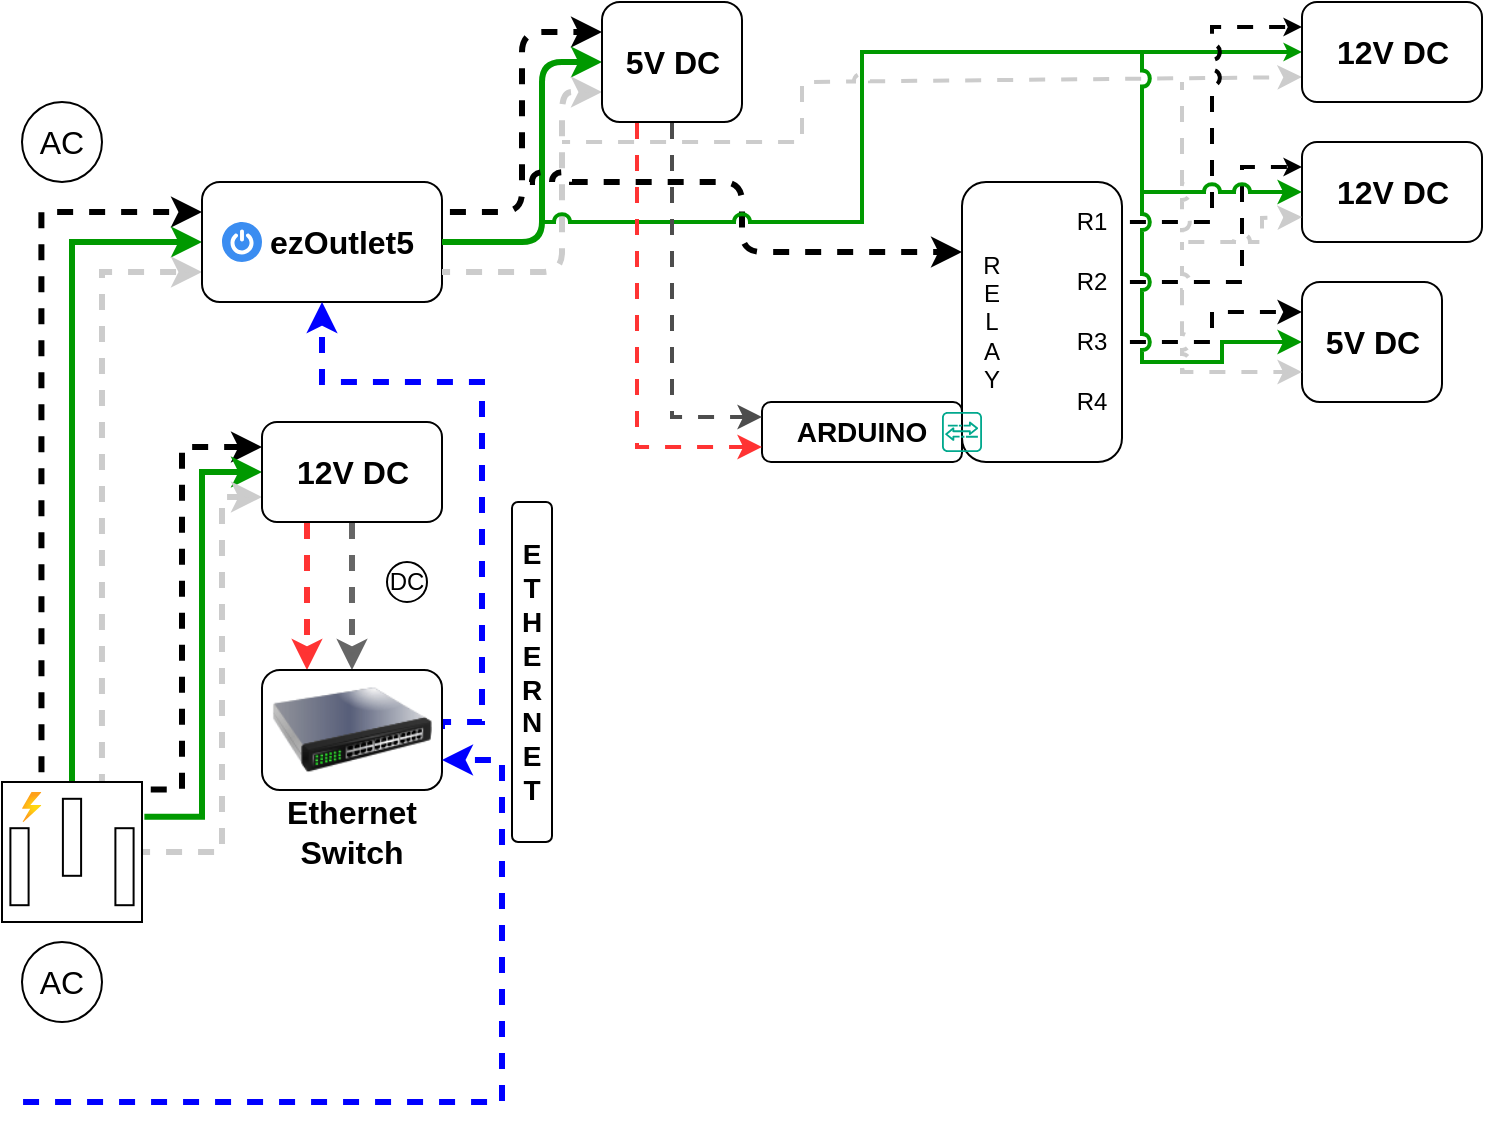
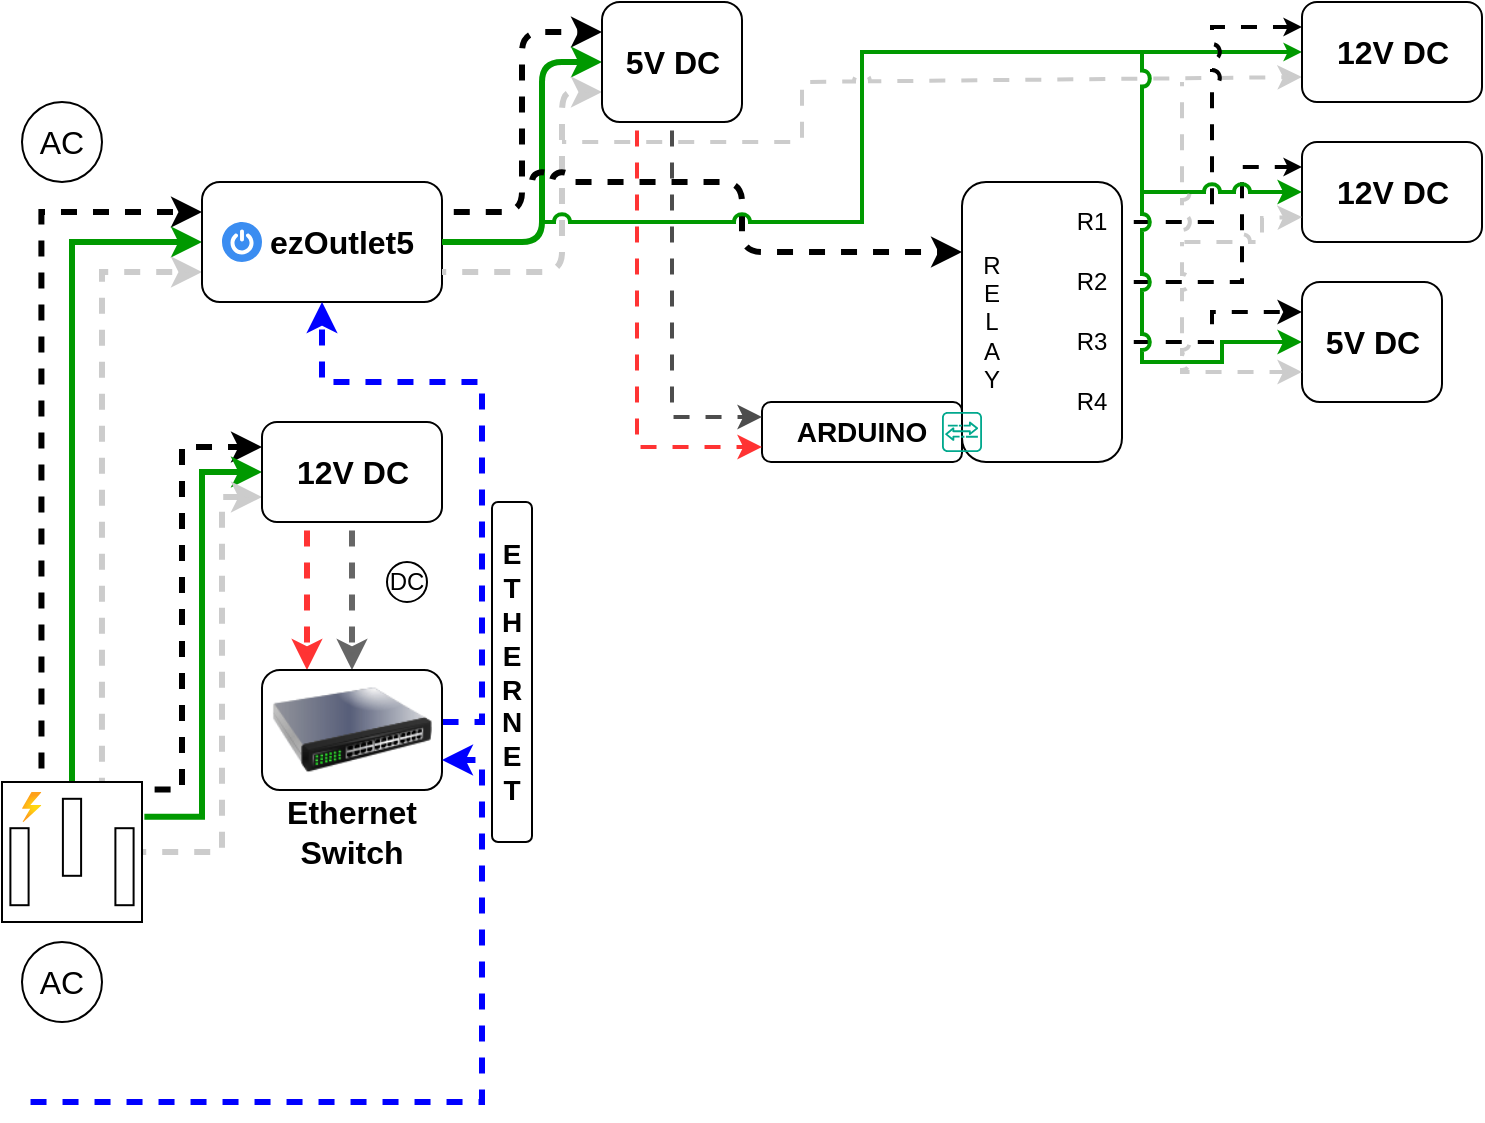
<mxfile host="app.diagrams.net" agent="Mozilla/5.0 (Windows NT 10.0; Win64; x64) AppleWebKit/537.36 (KHTML, like Gecko) Chrome/131.0.0.0 Safari/537.36 Edg/131.0.0.0" version="25.0.3">
  <diagram name="Page-1" id="VlRkN-xOVygPYa-iD9Ir">
    <mxGraphModel dx="420" dy="263" grid="1" gridSize="10" guides="1" tooltips="1" connect="1" arrows="1" fold="1" page="1" pageScale="1" pageWidth="1600" pageHeight="900" background="none" math="0" shadow="0">
      <root>
        <mxCell id="0" />
        <mxCell id="1" parent="0" />
        <mxCell id="JVLtuT8sySUBbFbLTn6r-3" style="edgeStyle=orthogonalEdgeStyle;rounded=0;orthogonalLoop=1;jettySize=auto;html=1;entryX=0;entryY=0.25;entryDx=0;entryDy=0;exitX=0.282;exitY=-0.013;exitDx=0;exitDy=0;exitPerimeter=0;strokeWidth=3;flowAnimation=1;flowAnimationDirection=alternate;flowAnimationTimingFunction=ease-in-out;flowAnimationDuration=1500;" parent="1" source="pD8juBFKP1GN8B8eYQTb-1" target="pD8juBFKP1GN8B8eYQTb-3" edge="1">
          <mxGeometry relative="1" as="geometry" />
        </mxCell>
        <mxCell id="JVLtuT8sySUBbFbLTn6r-4" style="edgeStyle=orthogonalEdgeStyle;rounded=0;orthogonalLoop=1;jettySize=auto;html=1;exitX=0.5;exitY=0;exitDx=0;exitDy=0;exitPerimeter=0;entryX=0;entryY=0.5;entryDx=0;entryDy=0;strokeColor=#009900;strokeWidth=3;" parent="1" source="pD8juBFKP1GN8B8eYQTb-1" target="pD8juBFKP1GN8B8eYQTb-3" edge="1">
          <mxGeometry relative="1" as="geometry" />
        </mxCell>
        <mxCell id="JVLtuT8sySUBbFbLTn6r-5" style="edgeStyle=orthogonalEdgeStyle;rounded=0;orthogonalLoop=1;jettySize=auto;html=1;entryX=0;entryY=0.75;entryDx=0;entryDy=0;exitX=0.714;exitY=0;exitDx=0;exitDy=0;exitPerimeter=0;strokeWidth=3;strokeColor=#CCCCCC;flowAnimation=1;flowAnimationDirection=alternate-reverse;flowAnimationTimingFunction=ease-in-out;flowAnimationDuration=1500;" parent="1" source="pD8juBFKP1GN8B8eYQTb-1" target="pD8juBFKP1GN8B8eYQTb-3" edge="1">
          <mxGeometry relative="1" as="geometry">
            <mxPoint x="120" y="320" as="targetPoint" />
          </mxGeometry>
        </mxCell>
        <mxCell id="JVLtuT8sySUBbFbLTn6r-6" style="edgeStyle=orthogonalEdgeStyle;rounded=0;orthogonalLoop=1;jettySize=auto;html=1;entryX=0;entryY=0.25;entryDx=0;entryDy=0;exitX=1.006;exitY=0.054;exitDx=0;exitDy=0;exitPerimeter=0;strokeWidth=3;flowAnimation=1;flowAnimationDirection=alternate;flowAnimationTimingFunction=ease-in-out;flowAnimationDuration=1500;" parent="1" source="pD8juBFKP1GN8B8eYQTb-1" target="pD8juBFKP1GN8B8eYQTb-24" edge="1">
          <mxGeometry relative="1" as="geometry">
            <Array as="points">
              <mxPoint x="120" y="404" />
              <mxPoint x="120" y="233" />
            </Array>
          </mxGeometry>
        </mxCell>
        <mxCell id="JVLtuT8sySUBbFbLTn6r-7" style="edgeStyle=orthogonalEdgeStyle;rounded=0;orthogonalLoop=1;jettySize=auto;html=1;entryX=0;entryY=0.5;entryDx=0;entryDy=0;exitX=1.017;exitY=0.249;exitDx=0;exitDy=0;exitPerimeter=0;strokeWidth=3;strokeColor=#009900;" parent="1" source="pD8juBFKP1GN8B8eYQTb-1" target="pD8juBFKP1GN8B8eYQTb-24" edge="1">
          <mxGeometry relative="1" as="geometry" />
        </mxCell>
        <mxCell id="JVLtuT8sySUBbFbLTn6r-8" style="edgeStyle=orthogonalEdgeStyle;rounded=0;orthogonalLoop=1;jettySize=auto;html=1;entryX=0;entryY=0.75;entryDx=0;entryDy=0;strokeColor=#CCCCCC;strokeWidth=3;flowAnimation=1;flowAnimationDirection=alternate-reverse;flowAnimationTimingFunction=ease-in-out;flowAnimationDuration=1500;" parent="1" source="pD8juBFKP1GN8B8eYQTb-1" target="pD8juBFKP1GN8B8eYQTb-24" edge="1">
          <mxGeometry relative="1" as="geometry">
            <Array as="points">
              <mxPoint x="140" y="435" />
              <mxPoint x="140" y="258" />
            </Array>
          </mxGeometry>
        </mxCell>
        <mxCell id="JVLtuT8sySUBbFbLTn6r-1" value="" style="group" parent="1" vertex="1" connectable="0">
          <mxGeometry x="30" y="480" width="60" height="40" as="geometry" />
        </mxCell>
        <mxCell id="pD8juBFKP1GN8B8eYQTb-22" value="AC" style="text;html=1;align=center;verticalAlign=middle;whiteSpace=wrap;rounded=0;fontSize=16;" parent="JVLtuT8sySUBbFbLTn6r-1" vertex="1">
          <mxGeometry y="5" width="60" height="30" as="geometry" />
        </mxCell>
        <mxCell id="pD8juBFKP1GN8B8eYQTb-23" value="" style="ellipse;whiteSpace=wrap;html=1;fillColor=none;" parent="JVLtuT8sySUBbFbLTn6r-1" vertex="1">
          <mxGeometry x="10" width="40" height="40" as="geometry" />
        </mxCell>
        <mxCell id="JVLtuT8sySUBbFbLTn6r-2" value="" style="group" parent="1" vertex="1" connectable="0">
          <mxGeometry x="30" y="60" width="60" height="40" as="geometry" />
        </mxCell>
        <mxCell id="pD8juBFKP1GN8B8eYQTb-9" value="" style="ellipse;whiteSpace=wrap;html=1;fillColor=none;" parent="JVLtuT8sySUBbFbLTn6r-2" vertex="1">
          <mxGeometry x="10" width="40" height="40" as="geometry" />
        </mxCell>
        <mxCell id="pD8juBFKP1GN8B8eYQTb-11" value="AC" style="text;html=1;align=center;verticalAlign=middle;whiteSpace=wrap;rounded=0;fontSize=16;" parent="JVLtuT8sySUBbFbLTn6r-2" vertex="1">
          <mxGeometry y="5" width="60" height="30" as="geometry" />
        </mxCell>
        <mxCell id="JVLtuT8sySUBbFbLTn6r-9" value="" style="group" parent="1" vertex="1" connectable="0">
          <mxGeometry x="130" y="100" width="120" height="60" as="geometry" />
        </mxCell>
        <mxCell id="JVLtuT8sySUBbFbLTn6r-16" value="" style="group" parent="JVLtuT8sySUBbFbLTn6r-9" vertex="1" connectable="0">
          <mxGeometry width="120" height="60" as="geometry" />
        </mxCell>
        <mxCell id="pD8juBFKP1GN8B8eYQTb-3" value="" style="rounded=1;whiteSpace=wrap;html=1;" parent="JVLtuT8sySUBbFbLTn6r-16" vertex="1">
          <mxGeometry width="120" height="60" as="geometry" />
        </mxCell>
        <mxCell id="JVLtuT8sySUBbFbLTn6r-13" value="" style="sketch=0;html=1;aspect=fixed;strokeColor=none;shadow=0;fillColor=#3B8DF1;verticalAlign=top;labelPosition=center;verticalLabelPosition=bottom;shape=mxgraph.gcp2.a7_power" parent="JVLtuT8sySUBbFbLTn6r-16" vertex="1">
          <mxGeometry x="10" y="20" width="20" height="20" as="geometry" />
        </mxCell>
        <mxCell id="pD8juBFKP1GN8B8eYQTb-15" value="&lt;b&gt;ezOutlet5&lt;/b&gt;" style="text;html=1;align=center;verticalAlign=middle;whiteSpace=wrap;rounded=0;fontSize=16;" parent="JVLtuT8sySUBbFbLTn6r-16" vertex="1">
          <mxGeometry x="40" y="10" width="60" height="40" as="geometry" />
        </mxCell>
        <mxCell id="JVLtuT8sySUBbFbLTn6r-11" value="" style="group" parent="1" vertex="1" connectable="0">
          <mxGeometry x="160" y="220" width="90" height="50" as="geometry" />
        </mxCell>
        <mxCell id="JVLtuT8sySUBbFbLTn6r-72" value="" style="group" parent="JVLtuT8sySUBbFbLTn6r-11" vertex="1" connectable="0">
          <mxGeometry width="90" height="50" as="geometry" />
        </mxCell>
        <mxCell id="pD8juBFKP1GN8B8eYQTb-24" value="" style="rounded=1;whiteSpace=wrap;html=1;" parent="JVLtuT8sySUBbFbLTn6r-72" vertex="1">
          <mxGeometry width="90" height="50" as="geometry" />
        </mxCell>
        <mxCell id="JVLtuT8sySUBbFbLTn6r-10" value="&lt;font style=&quot;font-size: 16px;&quot;&gt;&lt;b&gt;12V DC&lt;/b&gt;&lt;/font&gt;" style="text;html=1;align=center;verticalAlign=middle;whiteSpace=wrap;rounded=0;" parent="JVLtuT8sySUBbFbLTn6r-72" vertex="1">
          <mxGeometry x="15.75" y="10" width="58.5" height="30" as="geometry" />
        </mxCell>
        <mxCell id="JVLtuT8sySUBbFbLTn6r-18" value="" style="group" parent="1" vertex="1" connectable="0">
          <mxGeometry x="30" y="400" width="70" height="70" as="geometry" />
        </mxCell>
        <mxCell id="pD8juBFKP1GN8B8eYQTb-1" value="" style="pointerEvents=1;verticalLabelPosition=bottom;shadow=0;dashed=0;align=center;html=1;verticalAlign=top;shape=mxgraph.electrical.miscellaneous.ac_out" parent="JVLtuT8sySUBbFbLTn6r-18" vertex="1">
          <mxGeometry width="70" height="70" as="geometry" />
        </mxCell>
        <mxCell id="JVLtuT8sySUBbFbLTn6r-12" value="" style="image;aspect=fixed;html=1;points=[];align=center;fontSize=12;image=img/lib/azure2/general/Power.svg;" parent="JVLtuT8sySUBbFbLTn6r-18" vertex="1">
          <mxGeometry x="10" y="5" width="9.72" height="15" as="geometry" />
        </mxCell>
        <mxCell id="JVLtuT8sySUBbFbLTn6r-23" style="edgeStyle=orthogonalEdgeStyle;rounded=0;orthogonalLoop=1;jettySize=auto;html=1;entryX=0.25;entryY=0;entryDx=0;entryDy=0;exitX=0.25;exitY=1;exitDx=0;exitDy=0;strokeColor=#FF3333;strokeWidth=3;flowAnimation=1;" parent="1" source="pD8juBFKP1GN8B8eYQTb-24" target="JVLtuT8sySUBbFbLTn6r-19" edge="1">
          <mxGeometry relative="1" as="geometry" />
        </mxCell>
        <mxCell id="JVLtuT8sySUBbFbLTn6r-28" value="" style="group" parent="1" vertex="1" connectable="0">
          <mxGeometry x="220" y="290" width="25" height="20" as="geometry" />
        </mxCell>
        <mxCell id="JVLtuT8sySUBbFbLTn6r-26" value="" style="ellipse;whiteSpace=wrap;html=1;aspect=fixed;" parent="JVLtuT8sySUBbFbLTn6r-28" vertex="1">
          <mxGeometry x="2.5" width="20" height="20" as="geometry" />
        </mxCell>
        <mxCell id="JVLtuT8sySUBbFbLTn6r-27" value="&lt;font&gt;DC&lt;/font&gt;" style="text;html=1;align=center;verticalAlign=middle;whiteSpace=wrap;rounded=0;" parent="JVLtuT8sySUBbFbLTn6r-28" vertex="1">
          <mxGeometry y="2.5" width="25" height="15" as="geometry" />
        </mxCell>
        <mxCell id="JVLtuT8sySUBbFbLTn6r-29" style="edgeStyle=orthogonalEdgeStyle;rounded=0;orthogonalLoop=1;jettySize=auto;html=1;exitX=0.5;exitY=1;exitDx=0;exitDy=0;entryX=0.5;entryY=0;entryDx=0;entryDy=0;strokeWidth=3;flowAnimation=1;strokeColor=#666666;" parent="1" source="pD8juBFKP1GN8B8eYQTb-24" target="JVLtuT8sySUBbFbLTn6r-19" edge="1">
          <mxGeometry relative="1" as="geometry" />
        </mxCell>
        <mxCell id="JVLtuT8sySUBbFbLTn6r-30" style="edgeStyle=orthogonalEdgeStyle;rounded=0;orthogonalLoop=1;jettySize=auto;html=1;exitX=1;exitY=0.5;exitDx=0;exitDy=0;entryX=0.5;entryY=1;entryDx=0;entryDy=0;strokeColor=#0000FF;strokeWidth=3;flowAnimation=1;" parent="1" source="JVLtuT8sySUBbFbLTn6r-19" target="pD8juBFKP1GN8B8eYQTb-3" edge="1">
          <mxGeometry relative="1" as="geometry">
            <Array as="points">
              <mxPoint x="270" y="370" />
              <mxPoint x="270" y="200" />
              <mxPoint x="190" y="200" />
            </Array>
          </mxGeometry>
        </mxCell>
        <mxCell id="JVLtuT8sySUBbFbLTn6r-33" value="" style="rounded=1;whiteSpace=wrap;html=1;" parent="1" vertex="1">
          <mxGeometry x="510" y="100" width="80" height="140" as="geometry" />
        </mxCell>
        <mxCell id="JVLtuT8sySUBbFbLTn6r-35" style="edgeStyle=orthogonalEdgeStyle;rounded=1;orthogonalLoop=1;jettySize=auto;html=1;exitX=1;exitY=0.25;exitDx=0;exitDy=0;entryX=0;entryY=0.25;entryDx=0;entryDy=0;curved=0;strokeWidth=3;flowAnimation=1;flowAnimationDirection=alternate;flowAnimationTimingFunction=ease-in-out;flowAnimationDuration=1500;" parent="1" source="pD8juBFKP1GN8B8eYQTb-3" target="JVLtuT8sySUBbFbLTn6r-34" edge="1">
          <mxGeometry relative="1" as="geometry" />
        </mxCell>
        <mxCell id="JVLtuT8sySUBbFbLTn6r-36" style="edgeStyle=orthogonalEdgeStyle;rounded=1;orthogonalLoop=1;jettySize=auto;html=1;exitX=1;exitY=0.5;exitDx=0;exitDy=0;entryX=0;entryY=0.5;entryDx=0;entryDy=0;curved=0;strokeWidth=3;strokeColor=#009900;" parent="1" source="pD8juBFKP1GN8B8eYQTb-3" target="JVLtuT8sySUBbFbLTn6r-34" edge="1">
          <mxGeometry relative="1" as="geometry">
            <Array as="points">
              <mxPoint x="300" y="130" />
              <mxPoint x="300" y="40" />
            </Array>
          </mxGeometry>
        </mxCell>
        <mxCell id="JVLtuT8sySUBbFbLTn6r-37" style="edgeStyle=orthogonalEdgeStyle;rounded=1;orthogonalLoop=1;jettySize=auto;html=1;exitX=1;exitY=0.75;exitDx=0;exitDy=0;entryX=0;entryY=0.75;entryDx=0;entryDy=0;curved=0;strokeColor=#CCCCCC;strokeWidth=3;flowAnimation=1;flowAnimationDirection=alternate-reverse;flowAnimationTimingFunction=ease-in-out;flowAnimationDuration=1500;" parent="1" source="pD8juBFKP1GN8B8eYQTb-3" target="JVLtuT8sySUBbFbLTn6r-34" edge="1">
          <mxGeometry relative="1" as="geometry">
            <Array as="points">
              <mxPoint x="310" y="145" />
              <mxPoint x="310" y="55" />
            </Array>
          </mxGeometry>
        </mxCell>
        <mxCell id="JVLtuT8sySUBbFbLTn6r-40" value="" style="endArrow=classic;html=1;rounded=1;curved=0;entryX=0;entryY=0.25;entryDx=0;entryDy=0;jumpStyle=arc;strokeWidth=3;flowAnimation=1;flowAnimationDirection=alternate;flowAnimationTimingFunction=ease-in-out;flowAnimationDuration=1500;" parent="1" target="JVLtuT8sySUBbFbLTn6r-33" edge="1">
          <mxGeometry width="50" height="50" relative="1" as="geometry">
            <mxPoint x="290" y="100" as="sourcePoint" />
            <mxPoint x="410" y="170" as="targetPoint" />
            <Array as="points">
              <mxPoint x="400" y="100" />
              <mxPoint x="400" y="135" />
            </Array>
          </mxGeometry>
        </mxCell>
        <mxCell id="JVLtuT8sySUBbFbLTn6r-51" value="" style="group" parent="1" vertex="1" connectable="0">
          <mxGeometry x="160" y="344" width="90" height="96" as="geometry" />
        </mxCell>
        <mxCell id="JVLtuT8sySUBbFbLTn6r-21" value="" style="group" parent="JVLtuT8sySUBbFbLTn6r-51" vertex="1" connectable="0">
          <mxGeometry width="90" height="70" as="geometry" />
        </mxCell>
        <mxCell id="JVLtuT8sySUBbFbLTn6r-50" value="" style="group" parent="JVLtuT8sySUBbFbLTn6r-21" vertex="1" connectable="0">
          <mxGeometry width="90" height="70" as="geometry" />
        </mxCell>
        <mxCell id="JVLtuT8sySUBbFbLTn6r-19" value="" style="rounded=1;whiteSpace=wrap;html=1;" parent="JVLtuT8sySUBbFbLTn6r-50" vertex="1">
          <mxGeometry width="90" height="60" as="geometry" />
        </mxCell>
        <mxCell id="JVLtuT8sySUBbFbLTn6r-49" value="" style="image;html=1;image=img/lib/clip_art/networking/Switch_128x128.png" parent="JVLtuT8sySUBbFbLTn6r-50" vertex="1">
          <mxGeometry x="5" y="-10" width="80" height="80" as="geometry" />
        </mxCell>
        <mxCell id="JVLtuT8sySUBbFbLTn6r-20" value="&lt;b&gt;&lt;font style=&quot;font-size: 16px;&quot;&gt;Ethernet&lt;/font&gt;&lt;/b&gt;&lt;div&gt;&lt;b&gt;&lt;font style=&quot;font-size: 16px;&quot;&gt;Switch&lt;/font&gt;&lt;/b&gt;&lt;/div&gt;" style="text;html=1;align=center;verticalAlign=middle;whiteSpace=wrap;rounded=0;" parent="JVLtuT8sySUBbFbLTn6r-51" vertex="1">
          <mxGeometry x="15" y="66" width="60" height="30" as="geometry" />
        </mxCell>
        <mxCell id="JVLtuT8sySUBbFbLTn6r-53" value="" style="group" parent="1" vertex="1" connectable="0">
          <mxGeometry x="330" y="10" width="70" height="60" as="geometry" />
        </mxCell>
        <mxCell id="JVLtuT8sySUBbFbLTn6r-71" value="" style="group" parent="JVLtuT8sySUBbFbLTn6r-53" vertex="1" connectable="0">
          <mxGeometry width="70" height="60" as="geometry" />
        </mxCell>
        <mxCell id="JVLtuT8sySUBbFbLTn6r-34" value="" style="rounded=1;whiteSpace=wrap;html=1;" parent="JVLtuT8sySUBbFbLTn6r-71" vertex="1">
          <mxGeometry width="70" height="60" as="geometry" />
        </mxCell>
        <mxCell id="JVLtuT8sySUBbFbLTn6r-52" value="&lt;font style=&quot;font-size: 16px;&quot;&gt;&lt;b&gt;5&lt;/b&gt;&lt;/font&gt;&lt;b style=&quot;font-size: 16px; background-color: initial;&quot;&gt;V DC&lt;/b&gt;" style="text;html=1;align=center;verticalAlign=middle;whiteSpace=wrap;rounded=0;" parent="JVLtuT8sySUBbFbLTn6r-71" vertex="1">
          <mxGeometry x="5.75" y="15" width="58.5" height="30" as="geometry" />
        </mxCell>
        <mxCell id="JVLtuT8sySUBbFbLTn6r-54" value="" style="endArrow=classic;html=1;rounded=0;entryX=0;entryY=0.5;entryDx=0;entryDy=0;jumpStyle=arc;strokeColor=#009900;strokeWidth=2;endSize=3;" parent="1" target="JVLtuT8sySUBbFbLTn6r-74" edge="1">
          <mxGeometry width="50" height="50" relative="1" as="geometry">
            <mxPoint x="300" y="120" as="sourcePoint" />
            <mxPoint x="350" y="80" as="targetPoint" />
            <Array as="points">
              <mxPoint x="460" y="120" />
              <mxPoint x="460" y="35" />
            </Array>
          </mxGeometry>
        </mxCell>
        <mxCell id="JVLtuT8sySUBbFbLTn6r-55" value="" style="endArrow=classic;html=1;rounded=0;entryX=0;entryY=0.75;entryDx=0;entryDy=0;strokeColor=#CCCCCC;strokeWidth=2;jumpStyle=arc;flowAnimation=1;flowAnimationDirection=alternate-reverse;flowAnimationTimingFunction=ease-in-out;flowAnimationDuration=1500;" parent="1" target="JVLtuT8sySUBbFbLTn6r-74" edge="1">
          <mxGeometry width="50" height="50" relative="1" as="geometry">
            <mxPoint x="310" y="80" as="sourcePoint" />
            <mxPoint x="350" y="140" as="targetPoint" />
            <Array as="points">
              <mxPoint x="430" y="80" />
              <mxPoint x="430" y="50" />
              <mxPoint x="520" y="50" />
            </Array>
          </mxGeometry>
        </mxCell>
        <mxCell id="JVLtuT8sySUBbFbLTn6r-56" value="R&lt;div&gt;E&lt;/div&gt;&lt;div&gt;L&lt;/div&gt;&lt;div&gt;A&lt;/div&gt;&lt;div&gt;Y&lt;/div&gt;" style="text;html=1;align=center;verticalAlign=middle;whiteSpace=wrap;rounded=0;" parent="1" vertex="1">
          <mxGeometry x="510" y="135" width="30" height="70" as="geometry" />
        </mxCell>
        <mxCell id="JVLtuT8sySUBbFbLTn6r-79" style="edgeStyle=orthogonalEdgeStyle;rounded=0;orthogonalLoop=1;jettySize=auto;html=1;exitX=1;exitY=0.5;exitDx=0;exitDy=0;entryX=0;entryY=0.25;entryDx=0;entryDy=0;strokeWidth=2;flowAnimation=1;flowAnimationDirection=alternate;flowAnimationTimingFunction=ease-in-out;flowAnimationDuration=1500;jumpStyle=arc;endSize=3;" parent="1" source="JVLtuT8sySUBbFbLTn6r-57" target="JVLtuT8sySUBbFbLTn6r-74" edge="1">
          <mxGeometry relative="1" as="geometry" />
        </mxCell>
        <mxCell id="JVLtuT8sySUBbFbLTn6r-57" value="R1" style="text;html=1;align=center;verticalAlign=middle;whiteSpace=wrap;rounded=0;" parent="1" vertex="1">
          <mxGeometry x="560" y="105" width="30" height="30" as="geometry" />
        </mxCell>
        <mxCell id="JVLtuT8sySUBbFbLTn6r-80" style="edgeStyle=orthogonalEdgeStyle;rounded=0;orthogonalLoop=1;jettySize=auto;html=1;exitX=1;exitY=0.5;exitDx=0;exitDy=0;entryX=0;entryY=0.25;entryDx=0;entryDy=0;strokeWidth=2;flowAnimation=1;flowAnimationDirection=alternate;flowAnimationTimingFunction=ease-in-out;flowAnimationDuration=1500;endSize=3;jumpStyle=arc;" parent="1" source="JVLtuT8sySUBbFbLTn6r-58" target="JVLtuT8sySUBbFbLTn6r-77" edge="1">
          <mxGeometry relative="1" as="geometry">
            <Array as="points">
              <mxPoint x="650" y="150" />
              <mxPoint x="650" y="93" />
            </Array>
          </mxGeometry>
        </mxCell>
        <mxCell id="JVLtuT8sySUBbFbLTn6r-58" value="R2" style="text;html=1;align=center;verticalAlign=middle;whiteSpace=wrap;rounded=0;" parent="1" vertex="1">
          <mxGeometry x="560" y="135" width="30" height="30" as="geometry" />
        </mxCell>
        <mxCell id="JVLtuT8sySUBbFbLTn6r-81" style="edgeStyle=orthogonalEdgeStyle;rounded=0;orthogonalLoop=1;jettySize=auto;html=1;exitX=1;exitY=0.5;exitDx=0;exitDy=0;entryX=0;entryY=0.25;entryDx=0;entryDy=0;strokeWidth=2;flowAnimation=1;flowAnimationDirection=alternate;flowAnimationTimingFunction=ease-in-out;flowAnimationDuration=1500;jumpStyle=arc;" parent="1" source="JVLtuT8sySUBbFbLTn6r-59" target="JVLtuT8sySUBbFbLTn6r-63" edge="1">
          <mxGeometry relative="1" as="geometry" />
        </mxCell>
        <mxCell id="JVLtuT8sySUBbFbLTn6r-59" value="R3" style="text;html=1;align=center;verticalAlign=middle;whiteSpace=wrap;rounded=0;" parent="1" vertex="1">
          <mxGeometry x="560" y="165" width="30" height="30" as="geometry" />
        </mxCell>
        <mxCell id="JVLtuT8sySUBbFbLTn6r-60" value="R4" style="text;html=1;align=center;verticalAlign=middle;whiteSpace=wrap;rounded=0;" parent="1" vertex="1">
          <mxGeometry x="560" y="195" width="30" height="30" as="geometry" />
        </mxCell>
        <mxCell id="JVLtuT8sySUBbFbLTn6r-67" value="" style="group" parent="1" vertex="1" connectable="0">
          <mxGeometry x="680" y="150" width="70" height="60" as="geometry" />
        </mxCell>
        <mxCell id="JVLtuT8sySUBbFbLTn6r-63" value="" style="rounded=1;whiteSpace=wrap;html=1;" parent="JVLtuT8sySUBbFbLTn6r-67" vertex="1">
          <mxGeometry width="70" height="60" as="geometry" />
        </mxCell>
        <mxCell id="JVLtuT8sySUBbFbLTn6r-62" value="" style="group" parent="JVLtuT8sySUBbFbLTn6r-67" vertex="1" connectable="0">
          <mxGeometry width="70" height="60" as="geometry" />
        </mxCell>
        <mxCell id="JVLtuT8sySUBbFbLTn6r-64" value="&lt;font style=&quot;font-size: 16px;&quot;&gt;&lt;b&gt;5&lt;/b&gt;&lt;/font&gt;&lt;b style=&quot;font-size: 16px; background-color: initial;&quot;&gt;V DC&lt;/b&gt;" style="text;html=1;align=center;verticalAlign=middle;whiteSpace=wrap;rounded=0;" parent="JVLtuT8sySUBbFbLTn6r-62" vertex="1">
          <mxGeometry x="5.75" y="15" width="58.5" height="30" as="geometry" />
        </mxCell>
        <mxCell id="JVLtuT8sySUBbFbLTn6r-73" value="" style="group" parent="1" vertex="1" connectable="0">
          <mxGeometry x="680" y="10" width="90" height="50" as="geometry" />
        </mxCell>
        <mxCell id="JVLtuT8sySUBbFbLTn6r-74" value="" style="rounded=1;whiteSpace=wrap;html=1;" parent="JVLtuT8sySUBbFbLTn6r-73" vertex="1">
          <mxGeometry width="90" height="50" as="geometry" />
        </mxCell>
        <mxCell id="JVLtuT8sySUBbFbLTn6r-75" value="&lt;font style=&quot;font-size: 16px;&quot;&gt;&lt;b&gt;12V DC&lt;/b&gt;&lt;/font&gt;" style="text;html=1;align=center;verticalAlign=middle;whiteSpace=wrap;rounded=0;" parent="JVLtuT8sySUBbFbLTn6r-73" vertex="1">
          <mxGeometry x="15.75" y="10" width="58.5" height="30" as="geometry" />
        </mxCell>
        <mxCell id="JVLtuT8sySUBbFbLTn6r-76" value="" style="group" parent="1" vertex="1" connectable="0">
          <mxGeometry x="680" y="80" width="90" height="50" as="geometry" />
        </mxCell>
        <mxCell id="JVLtuT8sySUBbFbLTn6r-77" value="" style="rounded=1;whiteSpace=wrap;html=1;" parent="JVLtuT8sySUBbFbLTn6r-76" vertex="1">
          <mxGeometry width="90" height="50" as="geometry" />
        </mxCell>
        <mxCell id="JVLtuT8sySUBbFbLTn6r-78" value="&lt;font style=&quot;font-size: 16px;&quot;&gt;&lt;b&gt;12V DC&lt;/b&gt;&lt;/font&gt;" style="text;html=1;align=center;verticalAlign=middle;whiteSpace=wrap;rounded=0;" parent="JVLtuT8sySUBbFbLTn6r-76" vertex="1">
          <mxGeometry x="15.75" y="10" width="58.5" height="30" as="geometry" />
        </mxCell>
        <mxCell id="JVLtuT8sySUBbFbLTn6r-82" value="" style="endArrow=classic;html=1;rounded=0;entryX=0;entryY=0.5;entryDx=0;entryDy=0;jumpStyle=arc;strokeColor=#009900;strokeWidth=2;" parent="1" target="JVLtuT8sySUBbFbLTn6r-77" edge="1">
          <mxGeometry width="50" height="50" relative="1" as="geometry">
            <mxPoint x="600" y="35" as="sourcePoint" />
            <mxPoint x="660" y="105" as="targetPoint" />
            <Array as="points">
              <mxPoint x="600" y="105" />
            </Array>
          </mxGeometry>
        </mxCell>
        <mxCell id="JVLtuT8sySUBbFbLTn6r-83" value="" style="endArrow=classic;html=1;rounded=0;entryX=0;entryY=0.75;entryDx=0;entryDy=0;strokeWidth=2;strokeColor=#CCCCCC;flowAnimation=1;flowAnimationTimingFunction=ease-in-out;flowAnimationDirection=alternate-reverse;jumpStyle=arc;flowAnimationDuration=1500;" parent="1" target="JVLtuT8sySUBbFbLTn6r-77" edge="1">
          <mxGeometry width="50" height="50" relative="1" as="geometry">
            <mxPoint x="620" y="50" as="sourcePoint" />
            <mxPoint x="480" y="40" as="targetPoint" />
            <Array as="points">
              <mxPoint x="620" y="130" />
              <mxPoint x="660" y="130" />
              <mxPoint x="660" y="118" />
            </Array>
          </mxGeometry>
        </mxCell>
        <mxCell id="JVLtuT8sySUBbFbLTn6r-88" value="" style="endArrow=classic;html=1;rounded=0;entryX=0;entryY=0.5;entryDx=0;entryDy=0;strokeColor=#009900;strokeWidth=2;jumpStyle=arc;" parent="1" target="JVLtuT8sySUBbFbLTn6r-63" edge="1">
          <mxGeometry width="50" height="50" relative="1" as="geometry">
            <mxPoint x="600" y="100" as="sourcePoint" />
            <mxPoint x="600" y="140" as="targetPoint" />
            <Array as="points">
              <mxPoint x="600" y="190" />
              <mxPoint x="640" y="190" />
              <mxPoint x="640" y="180" />
            </Array>
          </mxGeometry>
        </mxCell>
        <mxCell id="JVLtuT8sySUBbFbLTn6r-89" value="" style="endArrow=classic;html=1;rounded=0;entryX=0;entryY=0.75;entryDx=0;entryDy=0;strokeWidth=2;strokeColor=#CCCCCC;flowAnimation=1;jumpStyle=arc;flowAnimationTimingFunction=ease-in-out;flowAnimationDirection=alternate-reverse;flowAnimationDuration=1500;" parent="1" target="JVLtuT8sySUBbFbLTn6r-63" edge="1">
          <mxGeometry width="50" height="50" relative="1" as="geometry">
            <mxPoint x="620" y="130" as="sourcePoint" />
            <mxPoint x="600" y="100" as="targetPoint" />
            <Array as="points">
              <mxPoint x="620" y="195" />
            </Array>
          </mxGeometry>
        </mxCell>
        <mxCell id="JVLtuT8sySUBbFbLTn6r-90" value="&lt;b&gt;&lt;font style=&quot;font-size: 14px;&quot;&gt;ARDUINO&lt;/font&gt;&lt;/b&gt;" style="rounded=1;whiteSpace=wrap;html=1;" parent="1" vertex="1">
          <mxGeometry x="410" y="210" width="100" height="30" as="geometry" />
        </mxCell>
        <mxCell id="JVLtuT8sySUBbFbLTn6r-91" style="edgeStyle=orthogonalEdgeStyle;rounded=0;orthogonalLoop=1;jettySize=auto;html=1;exitX=0.25;exitY=1;exitDx=0;exitDy=0;entryX=0;entryY=0.75;entryDx=0;entryDy=0;strokeWidth=2;flowAnimation=1;strokeColor=#FF3333;" parent="1" source="JVLtuT8sySUBbFbLTn6r-34" target="JVLtuT8sySUBbFbLTn6r-90" edge="1">
          <mxGeometry relative="1" as="geometry" />
        </mxCell>
        <mxCell id="JVLtuT8sySUBbFbLTn6r-92" style="edgeStyle=orthogonalEdgeStyle;rounded=0;orthogonalLoop=1;jettySize=auto;html=1;exitX=0.5;exitY=1;exitDx=0;exitDy=0;entryX=0;entryY=0.25;entryDx=0;entryDy=0;strokeWidth=2;flowAnimation=1;strokeColor=#4D4D4D;" parent="1" source="JVLtuT8sySUBbFbLTn6r-34" target="JVLtuT8sySUBbFbLTn6r-90" edge="1">
          <mxGeometry relative="1" as="geometry" />
        </mxCell>
        <mxCell id="JVLtuT8sySUBbFbLTn6r-93" value="" style="sketch=0;outlineConnect=0;fontColor=#232F3E;gradientColor=none;fillColor=#01A88D;strokeColor=none;dashed=0;verticalLabelPosition=bottom;verticalAlign=top;align=center;html=1;fontSize=12;fontStyle=0;aspect=fixed;shape=mxgraph.aws4.agent2;" parent="1" vertex="1">
          <mxGeometry x="500" y="215" width="20" height="20" as="geometry" />
        </mxCell>
        <mxCell id="0aRQkGjj-KWWZOeJOGup-1" value="" style="endArrow=classic;html=1;rounded=0;entryX=1;entryY=0.75;entryDx=0;entryDy=0;strokeWidth=3;strokeColor=#0000FF;flowAnimation=1;" edge="1" parent="1" target="JVLtuT8sySUBbFbLTn6r-19">
          <mxGeometry width="50" height="50" relative="1" as="geometry">
            <mxPoint x="40" y="560" as="sourcePoint" />
            <mxPoint x="560" y="420" as="targetPoint" />
            <Array as="points">
-               <mxPoint x="280" y="560" />
-               <mxPoint x="280" y="389" />
+               <mxPoint x="270" y="560" />
+               <mxPoint x="270" y="389" />
            </Array>
          </mxGeometry>
        </mxCell>
        <mxCell id="0aRQkGjj-KWWZOeJOGup-2" value="" style="group" vertex="1" connectable="0" parent="1">
-           <mxGeometry x="280" y="260" width="30" height="170" as="geometry" />
+           <mxGeometry x="270" y="260" width="30" height="170" as="geometry" />
        </mxCell>
        <mxCell id="JVLtuT8sySUBbFbLTn6r-31" value="" style="rounded=1;whiteSpace=wrap;html=1;" parent="0aRQkGjj-KWWZOeJOGup-2" vertex="1">
          <mxGeometry x="5" width="20" height="170" as="geometry" />
        </mxCell>
        <mxCell id="JVLtuT8sySUBbFbLTn6r-32" value="&lt;b&gt;&lt;font style=&quot;font-size: 14px;&quot;&gt;E&lt;/font&gt;&lt;/b&gt;&lt;div&gt;&lt;b&gt;&lt;font style=&quot;font-size: 14px;&quot;&gt;T&lt;/font&gt;&lt;/b&gt;&lt;/div&gt;&lt;div&gt;&lt;b&gt;&lt;font style=&quot;font-size: 14px;&quot;&gt;H&lt;/font&gt;&lt;/b&gt;&lt;/div&gt;&lt;div&gt;&lt;b&gt;&lt;font style=&quot;font-size: 14px;&quot;&gt;E&lt;/font&gt;&lt;/b&gt;&lt;/div&gt;&lt;div&gt;&lt;b&gt;&lt;font style=&quot;font-size: 14px;&quot;&gt;R&lt;/font&gt;&lt;/b&gt;&lt;/div&gt;&lt;div&gt;&lt;b&gt;&lt;font style=&quot;font-size: 14px;&quot;&gt;N&lt;/font&gt;&lt;/b&gt;&lt;/div&gt;&lt;div&gt;&lt;b&gt;&lt;font style=&quot;font-size: 14px;&quot;&gt;E&lt;/font&gt;&lt;/b&gt;&lt;/div&gt;&lt;div&gt;&lt;b&gt;&lt;font style=&quot;font-size: 14px;&quot;&gt;T&lt;/font&gt;&lt;/b&gt;&lt;/div&gt;" style="text;html=1;align=center;verticalAlign=middle;whiteSpace=wrap;rounded=0;" parent="0aRQkGjj-KWWZOeJOGup-2" vertex="1">
          <mxGeometry y="10" width="30" height="150" as="geometry" />
        </mxCell>
      </root>
    </mxGraphModel>
  </diagram>
</mxfile>
